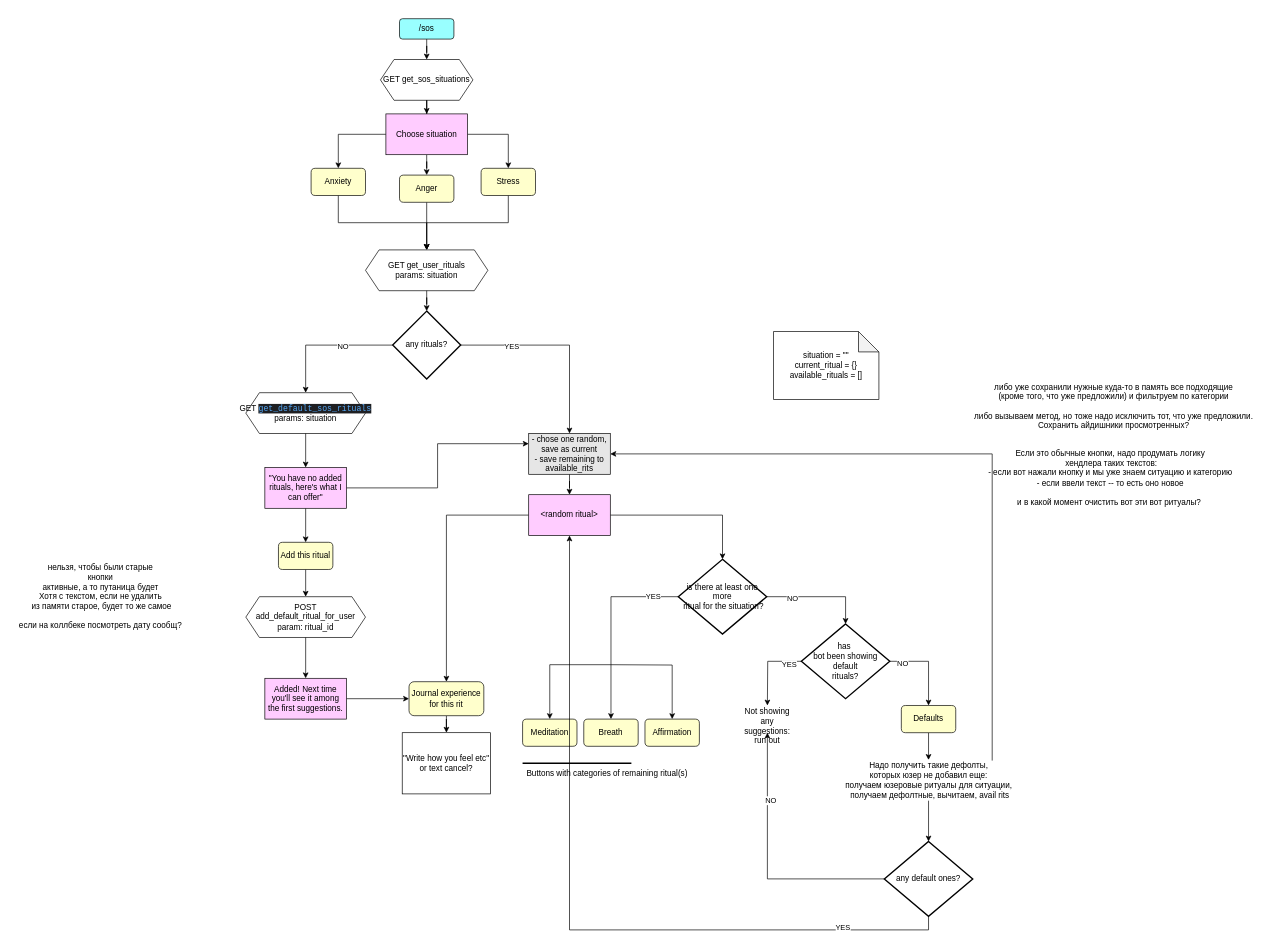
Earlier version of the draw.io diagram telegram_client/scenario_graphs/sos_draft.drawio (point-de-vyu/mindfulness-assistant). Source tidied: cells renumbered, new cells numbered last; positions are measured from the earlier drawing's top-left corner, leaving out a move shared by most shapes. Both pictures are drawn from the tidied source at 68%, with x=0, y=0 at pixel (12, 18).
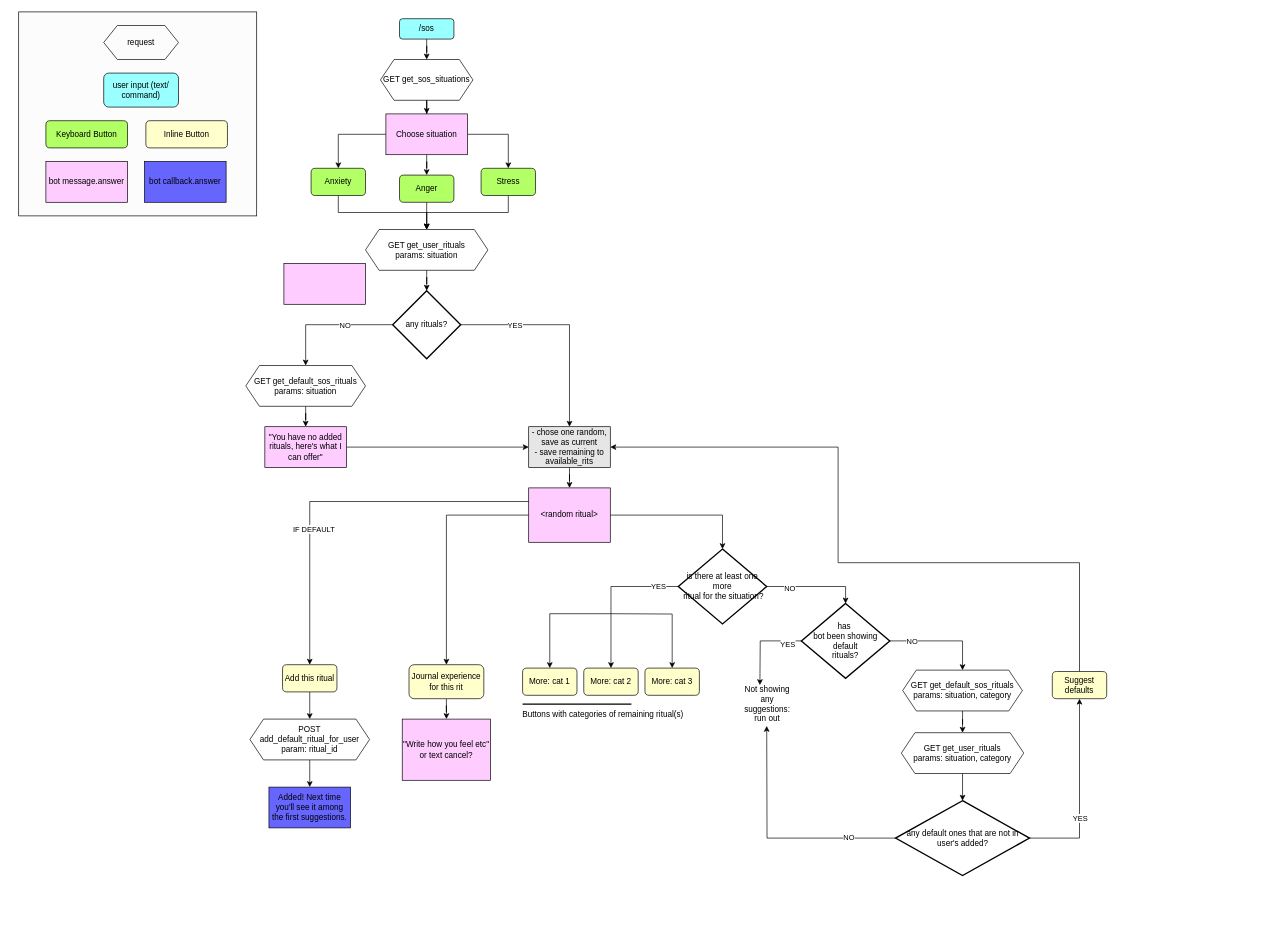
The same diagram, later.

Commit message:
[fix] corrections in the graph

The edit, as a diff of the source:
```diff
@@
+    <mxCell id="74" style="rounded=0;whiteSpace=wrap;html=1;fillColor=#FCFCFC;" parent="1" vertex="1">
+      <mxGeometry x="10" y="-10" width="350" height="300" as="geometry" />
+    </mxCell>
@@
-    <mxCell id="9" value="Anxiety" style="rounded=1;whiteSpace=wrap;html=1;fillColor=#FFFFCC;" parent="1" vertex="1">
+    <mxCell id="9" value="Anxiety" style="rounded=1;whiteSpace=wrap;html=1;fillColor=#B3FF66;" parent="1" vertex="1">
       <mxGeometry x="440" y="220" width="80" height="40" as="geometry" />
     </mxCell>
@@
-    <mxCell id="11" value="Anger" style="rounded=1;whiteSpace=wrap;html=1;fillColor=#FFFFCC;" parent="1" vertex="1">
+    <mxCell id="11" value="Anger" style="rounded=1;whiteSpace=wrap;html=1;fillColor=#B3FF66;" parent="1" vertex="1">
       <mxGeometry x="570" y="230" width="80" height="40" as="geometry" />
     </mxCell>
@@
-    <mxCell id="13" value="Stress" style="rounded=1;whiteSpace=wrap;html=1;fillColor=#FFFFCC;" parent="1" vertex="1">
+    <mxCell id="13" value="Stress" style="rounded=1;whiteSpace=wrap;html=1;fillColor=#B3FF66;" parent="1" vertex="1">
       <mxGeometry x="690" y="220" width="80" height="40" as="geometry" />
     </mxCell>
@@
     <mxCell id="15" value="GET get_user_rituals&lt;br&gt;params: situation" style="shape=hexagon;perimeter=hexagonPerimeter2;whiteSpace=wrap;html=1;fixedSize=1;fillColor=none;" parent="1" vertex="1">
-      <mxGeometry x="520" y="340" width="180" height="60" as="geometry" />
+      <mxGeometry x="520" y="310" width="180" height="60" as="geometry" />
     </mxCell>
@@
     <mxCell id="22" value="any rituals?" style="strokeWidth=2;html=1;shape=mxgraph.flowchart.decision;whiteSpace=wrap;fillColor=none;" parent="1" vertex="1">
-      <mxGeometry x="560" y="430" width="100" height="100" as="geometry" />
+      <mxGeometry x="560" y="400" width="100" height="100" as="geometry" />
     </mxCell>
@@
-    <mxCell id="24" value="GET&amp;nbsp;&lt;span style=&quot;color: rgb(86 , 168 , 245) ; background-color: rgb(30 , 31 , 34) ; font-family: &amp;#34;jetbrains mono&amp;#34; , monospace&quot;&gt;get_default_sos_rituals&lt;/span&gt;&lt;br&gt;params: situation" style="shape=hexagon;perimeter=hexagonPerimeter2;whiteSpace=wrap;html=1;fixedSize=1;fillColor=none;" parent="1" vertex="1">
-      <mxGeometry x="344" y="550" width="176" height="60" as="geometry" />
+    <mxCell id="24" value="GET get_default_sos_rituals&lt;br&gt;params: situation" style="shape=hexagon;perimeter=hexagonPerimeter2;whiteSpace=wrap;html=1;fixedSize=1;fillColor=none;" parent="1" vertex="1">
+      <mxGeometry x="344" y="510" width="176" height="60" as="geometry" />
     </mxCell>
@@
     <mxCell id="27" value="&amp;lt;random ritual&amp;gt;" style="rounded=0;whiteSpace=wrap;html=1;fillColor=#FFCCFF;" parent="1" vertex="1">
-      <mxGeometry x="760" y="700" width="120" height="60" as="geometry" />
+      <mxGeometry x="760" y="690" width="120" height="80" as="geometry" />
     </mxCell>
-    <mxCell id="28" value="Meditation" style="rounded=1;whiteSpace=wrap;html=1;fillColor=#FFFFCC;" parent="1" vertex="1">
-      <mxGeometry x="751" y="1030" width="80" height="40" as="geometry" />
+    <mxCell id="28" value="More: cat 1" style="rounded=1;whiteSpace=wrap;html=1;fillColor=#FFFFCC;" parent="1" vertex="1">
+      <mxGeometry x="751" y="955" width="80" height="40" as="geometry" />
     </mxCell>
-    <mxCell id="29" value="Breath" style="rounded=1;whiteSpace=wrap;html=1;fillColor=#FFFFCC;" parent="1" vertex="1">
-      <mxGeometry x="841" y="1030" width="80" height="40" as="geometry" />
+    <mxCell id="29" value="More: cat 2" style="rounded=1;whiteSpace=wrap;html=1;fillColor=#FFFFCC;" parent="1" vertex="1">
+      <mxGeometry x="841" y="955" width="80" height="40" as="geometry" />
     </mxCell>
-    <mxCell id="30" value="Affirmation" style="rounded=1;whiteSpace=wrap;html=1;fillColor=#FFFFCC;" parent="1" vertex="1">
-      <mxGeometry x="931" y="1030" width="80" height="40" as="geometry" />
+    <mxCell id="30" value="More: cat 3" style="rounded=1;whiteSpace=wrap;html=1;fillColor=#FFFFCC;" parent="1" vertex="1">
+      <mxGeometry x="931" y="955" width="80" height="40" as="geometry" />
     </mxCell>
+    <mxCell id="32" style="edgeStyle=orthogonalEdgeStyle;rounded=0;jettySize=auto;html=1;exitX=0;exitY=0.25;exitDx=0;exitDy=0;" parent="1" edge="1" source="27" target="35">
+      <mxGeometry relative="1" as="geometry" />
+    </mxCell>
+    <mxCell id="75" value="IF DEFAULT" style="edgeLabel;html=1;align=center;verticalAlign=middle;" parent="32" vertex="1">
+      <mxGeometry x="0.29" y="5" relative="1" as="geometry" />
+    </mxCell>
-    <mxCell id="31" style="edgeStyle=orthogonalEdgeStyle;rounded=0;jettySize=auto;html=1;entryX=0;entryY=0.25;entryDx=0;entryDy=0;" parent="1" edge="1" source="33" target="68">
+    <mxCell id="31" style="edgeStyle=orthogonalEdgeStyle;rounded=0;jettySize=auto;html=1;" parent="1" edge="1" source="33" target="68">
       <mxGeometry relative="1" as="geometry" />
     </mxCell>
-    <mxCell id="32" style="edgeStyle=orthogonalEdgeStyle;rounded=0;jettySize=auto;html=1;" parent="1" edge="1" source="33" target="35">
-      <mxGeometry relative="1" as="geometry" />
-    </mxCell>
     <mxCell id="33" value="&quot;You have no added rituals, here's what I can offer&quot;" style="rounded=0;whiteSpace=wrap;html=1;fillColor=#FFCCFF;" parent="1" vertex="1">
-      <mxGeometry x="372" y="660" width="120" height="60" as="geometry" />
+      <mxGeometry x="372" y="600" width="120" height="60" as="geometry" />
     </mxCell>
@@
     <mxCell id="35" value="Add this ritual" style="rounded=1;whiteSpace=wrap;html=1;fillColor=#FFFFCC;" parent="1" vertex="1">
-      <mxGeometry x="392" y="770" width="80" height="40" as="geometry" />
+      <mxGeometry x="398" y="950" width="80" height="40" as="geometry" />
     </mxCell>
@@
     <mxCell id="37" value="Journal experience for this rit" style="rounded=1;whiteSpace=wrap;html=1;fillColor=#FFFFCC;" parent="1" vertex="1">
-      <mxGeometry x="584" y="975" width="110" height="50" as="geometry" />
+      <mxGeometry x="584" y="950" width="110" height="50" as="geometry" />
     </mxCell>
@@
     <mxCell id="39" value="POST add_default_ritual_for_user&lt;br&gt;param: ritual_id" style="shape=hexagon;perimeter=hexagonPerimeter2;whiteSpace=wrap;html=1;fixedSize=1;fillColor=none;" parent="1" vertex="1">
-      <mxGeometry x="344" y="850" width="176" height="60" as="geometry" />
+      <mxGeometry x="350" y="1030" width="176" height="60" as="geometry" />
     </mxCell>
-    <mxCell id="40" value="&quot;Write how you feel etc&quot; or text cancel?" style="rounded=0;whiteSpace=wrap;html=1;fillColor=none;direction=south;" parent="1" vertex="1">
-      <mxGeometry x="574" y="1050" width="130" height="90" as="geometry" />
+    <mxCell id="40" value="&quot;Write how you feel etc&quot; or text cancel?" style="rounded=0;whiteSpace=wrap;html=1;fillColor=#FFCCFF;direction=south;" parent="1" vertex="1">
+      <mxGeometry x="574" y="1030" width="130" height="90" as="geometry" />
     </mxCell>
-    <mxCell id="41" value="либо уже сохранили нужные куда-то в память все подходящие &lt;br&gt;(кроме того, что уже предложили) и фильтруем по категории&lt;br&gt;&lt;br&gt;либо вызываем метод, но тоже надо исключить тот, что уже предложили. &lt;br&gt;Сохранить айдишники просмотренных?" style="text;html=1;align=center;verticalAlign=middle;" parent="1" vertex="1">
-      <mxGeometry x="1400" y="530" width="440" height="80" as="geometry" />
-    </mxCell>
-    <mxCell id="42" value="нельзя, чтобы были старые&lt;br&gt;кнопки&lt;br&gt;&amp;nbsp;активные, а то путаница будет&amp;nbsp;&lt;br&gt;Хотя с текстом, если не удалить&lt;br&gt;&amp;nbsp;из памяти старое, будет то же самое&lt;br&gt;&lt;br&gt;если на коллбеке посмотреть дату сообщ?" style="text;html=1;align=center;verticalAlign=middle;" parent="1" vertex="1">
-      <mxGeometry y="800" width="260" height="100" as="geometry" />
-    </mxCell>
-    <mxCell id="43" value="Если это обычные кнопки, надо продумать логику&lt;br&gt;&amp;nbsp;хендлера таких текстов:&lt;br&gt;- если вот нажали кнопку и мы уже знаем ситуацию и категорию&lt;br&gt;- если ввели текст -- то есть оно новое&lt;br&gt;&lt;br&gt;и в какой момент очистить вот эти вот ритуалы?&amp;nbsp;" style="text;html=1;align=center;verticalAlign=middle;" parent="1" vertex="1">
-      <mxGeometry x="1420" y="630" width="390" height="90" as="geometry" />
-    </mxCell>
-    <mxCell id="44" value="situation = &quot;&quot;&lt;br&gt;current_ritual = {}&lt;br&gt;available_rituals = []" style="shape=note;whiteSpace=wrap;html=1;backgroundOutline=1;darkOpacity=0.05;fillColor=none;" parent="1" vertex="1">
-      <mxGeometry x="1120" y="460" width="155" height="100" as="geometry" />
-    </mxCell>
@@
     <mxCell id="47" style="edgeStyle=orthogonalEdgeStyle;rounded=0;jettySize=auto;html=1;" parent="1" edge="1" target="30">
       <mxGeometry relative="1" as="geometry">
-        <mxPoint x="881" y="950" as="sourcePoint" />
+        <mxPoint x="881" y="875" as="sourcePoint" />
       </mxGeometry>
     </mxCell>
     <mxCell id="48" style="edgeStyle=orthogonalEdgeStyle;rounded=0;jettySize=auto;html=1;" parent="1" edge="1" target="28">
       <mxGeometry relative="1" as="geometry">
-        <mxPoint x="881" y="950" as="sourcePoint" />
+        <mxPoint x="881" y="875" as="sourcePoint" />
         <Array as="points">
-          <mxPoint x="791" y="950" />
+          <mxPoint x="791" y="875" />
         </Array>
       </mxGeometry>
     </mxCell>
@@
     <mxCell id="51" value="is there at least one more&lt;br&gt;&amp;nbsp;ritual for the situation?" style="strokeWidth=2;html=1;shape=mxgraph.flowchart.decision;whiteSpace=wrap;fillColor=none;" parent="1" vertex="1">
-      <mxGeometry x="980" y="795" width="130" height="110" as="geometry" />
+      <mxGeometry x="980" y="780" width="130" height="110" as="geometry" />
     </mxCell>
-    <mxCell id="52" style="edgeStyle=orthogonalEdgeStyle;rounded=0;jettySize=auto;html=1;" parent="1" edge="1" source="56" target="59">
-      <mxGeometry relative="1" as="geometry" />
-    </mxCell>
-    <mxCell id="53" value="NO" style="edgeLabel;html=1;align=center;verticalAlign=middle;" parent="52" vertex="1">
-      <mxGeometry x="-0.7" y="-2" relative="1" as="geometry" />
-    </mxCell>
     <mxCell id="54" style="edgeStyle=orthogonalEdgeStyle;rounded=0;jettySize=auto;html=1;" parent="1" edge="1" source="56">
       <mxGeometry relative="1" as="geometry">
-        <mxPoint x="1111" y="1010" as="targetPoint" />
+        <mxPoint x="1100" y="980" as="targetPoint" />
       </mxGeometry>
     </mxCell>
@@
+    <mxCell id="76" style="edgeStyle=orthogonalEdgeStyle;rounded=0;jettySize=auto;html=1;entryX=0.5;entryY=0;entryDx=0;entryDy=0;" parent="1" edge="1" source="56" target="89">
+      <mxGeometry relative="1" as="geometry" />
+    </mxCell>
+    <mxCell id="77" value="NO" style="edgeLabel;html=1;align=center;verticalAlign=middle;" parent="76" vertex="1">
+      <mxGeometry x="-0.58" relative="1" as="geometry" />
+    </mxCell>
     <mxCell id="56" value="has&amp;nbsp;&lt;br&gt;bot been showing default&lt;br&gt;rituals?" style="strokeWidth=2;html=1;shape=mxgraph.flowchart.decision;whiteSpace=wrap;fillColor=none;" parent="1" vertex="1">
-      <mxGeometry x="1161" y="890" width="130" height="110" as="geometry" />
+      <mxGeometry x="1161" y="860" width="130" height="110" as="geometry" />
     </mxCell>
     <mxCell id="57" value="Not showing any suggestions: run out" style="text;html=1;strokeColor=none;fillColor=none;align=center;verticalAlign=middle;whiteSpace=wrap;rounded=0;" parent="1" vertex="1">
-      <mxGeometry x="1091" y="1030" width="40" height="20" as="geometry" />
+      <mxGeometry x="1091" y="998" width="40" height="20" as="geometry" />
     </mxCell>
-    <mxCell id="58" style="edgeStyle=orthogonalEdgeStyle;rounded=0;jettySize=auto;html=1;" parent="1" edge="1" source="59" target="62">
-      <mxGeometry relative="1" as="geometry" />
-    </mxCell>
+    <mxCell id="78" style="edgeStyle=orthogonalEdgeStyle;rounded=0;jettySize=auto;html=1;entryX=1;entryY=0.5;entryDx=0;entryDy=0;" parent="1" edge="1" source="59" target="68">
+      <mxGeometry relative="1" as="geometry">
+        <Array as="points">
+          <mxPoint x="1570" y="800" />
+          <mxPoint x="1215" y="800" />
+          <mxPoint x="1215" y="630" />
+        </Array>
+      </mxGeometry>
+    </mxCell>
-    <mxCell id="59" value="Defaults" style="rounded=1;whiteSpace=wrap;html=1;fillColor=#FFFFCC;" parent="1" vertex="1">
-      <mxGeometry x="1308" y="1010" width="80" height="40" as="geometry" />
+    <mxCell id="59" value="Suggest defaults" style="rounded=1;whiteSpace=wrap;html=1;fillColor=#FFFFCC;" parent="1" vertex="1">
+      <mxGeometry x="1530" y="960" width="80" height="40" as="geometry" />
     </mxCell>
-    <mxCell id="60" style="edgeStyle=orthogonalEdgeStyle;rounded=0;jettySize=auto;html=1;entryX=1;entryY=0.5;entryDx=0;entryDy=0;exitX=0.86;exitY=0.017;exitDx=0;exitDy=0;exitPerimeter=0;" parent="1" edge="1" source="62" target="68">
-      <mxGeometry relative="1" as="geometry" />
-    </mxCell>
-    <mxCell id="61" style="edgeStyle=orthogonalEdgeStyle;rounded=0;jettySize=auto;html=1;" parent="1" edge="1" source="62" target="73">
-      <mxGeometry relative="1" as="geometry" />
-    </mxCell>
-    <mxCell id="62" value="Надо получить такие дефолты, &lt;br&gt;которых юзер не добавил еще:&lt;br&gt;получаем юзеровые ритуалы для ситуации,&lt;br&gt;&amp;nbsp;получаем дефолтные, вычитаем, avail rits" style="text;html=1;align=center;verticalAlign=middle;points=[];" parent="1" vertex="1">
-      <mxGeometry x="1218" y="1090" width="260" height="60" as="geometry" />
-    </mxCell>
     <mxCell id="63" style="line;strokeWidth=2;html=1;fillColor=none;" parent="1" vertex="1">
-      <mxGeometry x="751" y="1090" width="160" height="10" as="geometry" />
+      <mxGeometry x="751" y="1003" width="160" height="10" as="geometry" />
     </mxCell>
     <mxCell id="64" value="Buttons with categories of remaining ritual(s)" style="text;html=1;align=center;verticalAlign=middle;" parent="1" vertex="1">
-      <mxGeometry x="750" y="1100" width="250" height="20" as="geometry" />
+      <mxGeometry x="744" y="1013" width="250" height="20" as="geometry" />
     </mxCell>
-    <mxCell id="65" style="edgeStyle=orthogonalEdgeStyle;rounded=0;jettySize=auto;html=1;" parent="1" edge="1" source="66" target="37">
-      <mxGeometry relative="1" as="geometry" />
-    </mxCell>
-    <mxCell id="66" value="Added! Next time you'll see it among the first suggestions." style="rounded=0;whiteSpace=wrap;html=1;fillColor=#FFCCFF;" parent="1" vertex="1">
-      <mxGeometry x="372" y="970" width="120" height="60" as="geometry" />
+    <mxCell id="66" value="Added! Next time you'll see it among the first suggestions." style="rounded=0;whiteSpace=wrap;html=1;fillColor=#6666FF;" parent="1" vertex="1">
+      <mxGeometry x="378" y="1130" width="120" height="60" as="geometry" />
     </mxCell>
@@
     <mxCell id="68" value="- chose one random, save as current&lt;br&gt;- save remaining to available_rits" style="rounded=0;whiteSpace=wrap;html=1;fillColor=#E6E6E6;" parent="1" vertex="1">
-      <mxGeometry x="760" y="610" width="120" height="60" as="geometry" />
+      <mxGeometry x="760" y="600" width="120" height="60" as="geometry" />
     </mxCell>
-    <mxCell id="69" style="edgeStyle=orthogonalEdgeStyle;rounded=0;jettySize=auto;html=1;exitX=0.5;exitY=1;exitDx=0;exitDy=0;exitPerimeter=0;" parent="1" edge="1" source="73" target="27">
-      <mxGeometry relative="1" as="geometry" />
-    </mxCell>
+    <mxCell id="79" style="edgeStyle=orthogonalEdgeStyle;rounded=0;jettySize=auto;html=1;" parent="1" edge="1" source="73">
+      <mxGeometry relative="1" as="geometry">
+        <mxPoint x="1110" y="1040" as="targetPoint" />
+      </mxGeometry>
+    </mxCell>
+    <mxCell id="80" value="NO" style="edgeLabel;html=1;align=center;verticalAlign=middle;" parent="79" vertex="1">
+      <mxGeometry x="-0.61" y="-1" relative="1" as="geometry" />
+    </mxCell>
+    <mxCell id="81" style="edgeStyle=orthogonalEdgeStyle;rounded=0;jettySize=auto;html=1;entryX=0.5;entryY=1;entryDx=0;entryDy=0;" parent="1" edge="1" source="73" target="59">
+      <mxGeometry relative="1" as="geometry" />
+    </mxCell>
-    <mxCell id="70" value="YES" style="edgeLabel;html=1;align=center;verticalAlign=middle;" parent="69" vertex="1">
-      <mxGeometry x="-0.74" y="-5" relative="1" as="geometry" />
+    <mxCell id="70" value="YES" style="edgeLabel;html=1;align=center;verticalAlign=middle;" parent="81" vertex="1">
+      <mxGeometry x="-0.26" relative="1" as="geometry" />
     </mxCell>
-    <mxCell id="71" style="edgeStyle=orthogonalEdgeStyle;rounded=0;jettySize=auto;html=1;entryX=0.5;entryY=1;entryDx=0;entryDy=0;" parent="1" edge="1" source="73" target="57">
-      <mxGeometry relative="1" as="geometry" />
-    </mxCell>
-    <mxCell id="72" value="NO" style="edgeLabel;html=1;align=center;verticalAlign=middle;" parent="71" vertex="1">
-      <mxGeometry x="0.49" y="-4" relative="1" as="geometry" />
-    </mxCell>
-    <mxCell id="73" value="any default ones?" style="strokeWidth=2;html=1;shape=mxgraph.flowchart.decision;whiteSpace=wrap;fillColor=none;" parent="1" vertex="1">
-      <mxGeometry x="1283" y="1210" width="130" height="110" as="geometry" />
+    <mxCell id="73" value="any default ones that are not in user's added?" style="strokeWidth=2;html=1;shape=mxgraph.flowchart.decision;whiteSpace=wrap;fillColor=none;" parent="1" vertex="1">
+      <mxGeometry x="1299.5" y="1150" width="197" height="110" as="geometry" />
     </mxCell>
+    <mxCell id="82" value="Keyboard Button" style="rounded=1;whiteSpace=wrap;html=1;fillColor=#B3FF66;" parent="1" vertex="1">
+      <mxGeometry x="50" y="150" width="120" height="40" as="geometry" />
+    </mxCell>
+    <mxCell id="83" value="request" style="shape=hexagon;perimeter=hexagonPerimeter2;whiteSpace=wrap;html=1;fixedSize=1;fillColor=none;" parent="1" vertex="1">
+      <mxGeometry x="135" y="10" width="110" height="50" as="geometry" />
+    </mxCell>
+    <mxCell id="84" value="user input (text/ command)" style="rounded=1;whiteSpace=wrap;html=1;fillColor=#99FFFF;" parent="1" vertex="1">
+      <mxGeometry x="135" y="80" width="110" height="50" as="geometry" />
+    </mxCell>
+    <mxCell id="85" value="bot callback.answer" style="rounded=0;whiteSpace=wrap;html=1;fillColor=#6666FF;" parent="1" vertex="1">
+      <mxGeometry x="195" y="210" width="120" height="60" as="geometry" />
+    </mxCell>
+    <mxCell id="86" value="bot message.answer" style="rounded=0;whiteSpace=wrap;html=1;fillColor=#FFCCFF;" parent="1" vertex="1">
+      <mxGeometry x="50" y="210" width="120" height="60" as="geometry" />
+    </mxCell>
+    <mxCell id="87" value="Inline Button" style="rounded=1;whiteSpace=wrap;html=1;fillColor=#FFFFCC;" parent="1" vertex="1">
+      <mxGeometry x="197" y="150" width="120" height="40" as="geometry" />
+    </mxCell>
+    <mxCell id="88" style="edgeStyle=orthogonalEdgeStyle;rounded=0;jettySize=auto;html=1;" parent="1" edge="1" source="89" target="91">
+      <mxGeometry relative="1" as="geometry" />
+    </mxCell>
+    <mxCell id="89" value="GET get_default_sos_rituals&lt;br&gt;params: situation, category" style="shape=hexagon;perimeter=hexagonPerimeter2;whiteSpace=wrap;html=1;fixedSize=1;fillColor=none;" parent="1" vertex="1">
+      <mxGeometry x="1310" y="958" width="176" height="60" as="geometry" />
+    </mxCell>
+    <mxCell id="90" style="edgeStyle=orthogonalEdgeStyle;rounded=0;jettySize=auto;html=1;" parent="1" edge="1" source="91" target="73">
+      <mxGeometry relative="1" as="geometry" />
+    </mxCell>
+    <mxCell id="91" value="GET get_user_rituals&lt;br&gt;params: situation, category" style="shape=hexagon;perimeter=hexagonPerimeter2;whiteSpace=wrap;html=1;fixedSize=1;fillColor=none;" parent="1" vertex="1">
+      <mxGeometry x="1308" y="1050" width="180" height="60" as="geometry" />
+    </mxCell>
+    <mxCell id="92" style="rounded=0;whiteSpace=wrap;html=1;fillColor=#FFCCFF;" parent="1" vertex="1">
+      <mxGeometry x="400" y="360" width="120" height="60" as="geometry" />
+    </mxCell>
```
